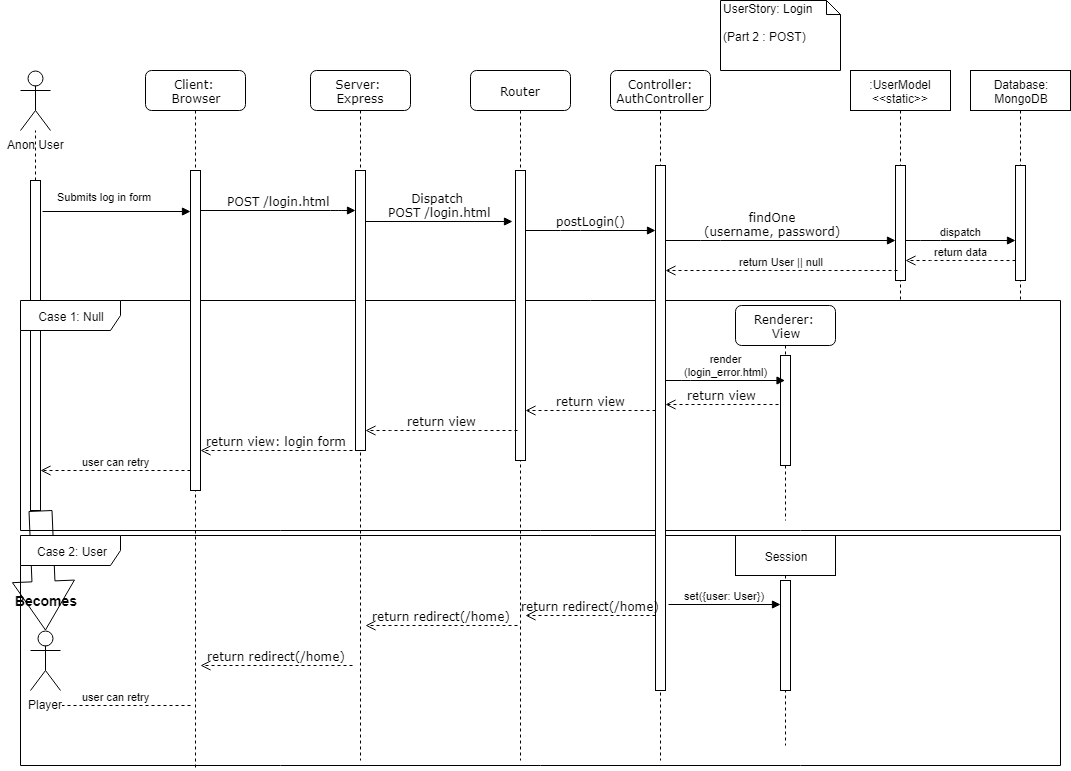
O-clock-Pulsar/Pictionary-TeamPyjamasque keeps this draw.io diagram as UML_Graphics/Sequence Diagram_ Login Part 2.png. Above is the earlier version. Source tidied: cells renumbered, new cells last; positions are measured from the earlier drawing's top-left corner, leaving out a move shared by most shapes.
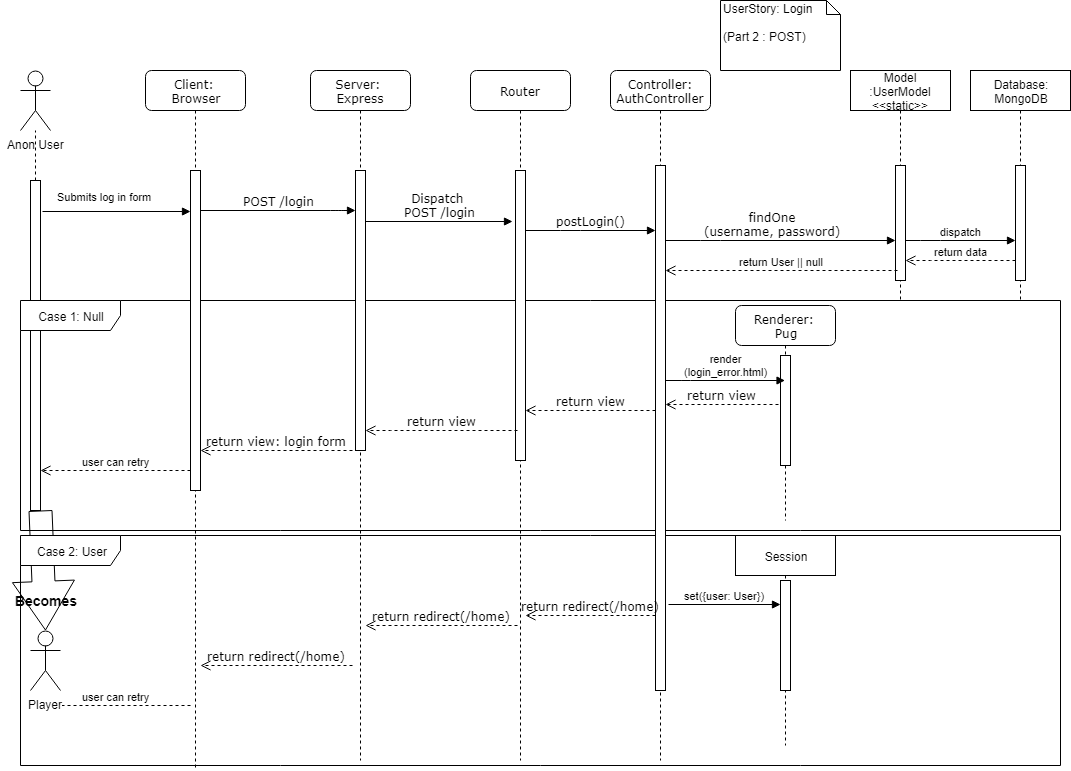
The same file after the commit.

Commit message:
Small changes to both Login UMLs and Create Game UML

What changed in the source:
```diff
@@ -59,14 +59,14 @@
         </Array>
       </mxGeometry>
     </mxCell>
-    <mxCell id="17" value="POST /login.html" style="html=1;verticalAlign=bottom;endArrow=block;labelBackgroundColor=none;fontFamily=Verdana;fontSize=12;edgeStyle=elbowEdgeStyle;elbow=vertical;" parent="1" edge="1" source="14" target="8">
+    <mxCell id="17" value="POST /login" style="html=1;verticalAlign=bottom;endArrow=block;labelBackgroundColor=none;fontFamily=Verdana;fontSize=12;edgeStyle=elbowEdgeStyle;elbow=vertical;" parent="1" edge="1" source="14" target="8">
       <mxGeometry relative="1" as="geometry">
         <Array as="points">
           <mxPoint x="340" y="210" />
         </Array>
       </mxGeometry>
     </mxCell>
-    <mxCell id="18" value="Dispatch &lt;br&gt;POST /login.html" style="html=1;verticalAlign=bottom;endArrow=block;labelBackgroundColor=none;fontFamily=Verdana;fontSize=12;edgeStyle=elbowEdgeStyle;elbow=vertical;entryX=-0.3;entryY=0.176;entryDx=0;entryDy=0;entryPerimeter=0;" parent="1" edge="1" source="8" target="10">
+    <mxCell id="18" value="Dispatch &lt;br&gt;POST /login" style="html=1;verticalAlign=bottom;endArrow=block;labelBackgroundColor=none;fontFamily=Verdana;fontSize=12;edgeStyle=elbowEdgeStyle;elbow=vertical;entryX=-0.3;entryY=0.176;entryDx=0;entryDy=0;entryPerimeter=0;" parent="1" edge="1" source="8" target="10">
       <mxGeometry relative="1" as="geometry" />
     </mxCell>
     <mxCell id="19" value="return view" style="html=1;verticalAlign=bottom;endArrow=open;dashed=1;endSize=8;labelBackgroundColor=none;fontFamily=Verdana;fontSize=12;edgeStyle=elbowEdgeStyle;elbow=vertical;" parent="1" edge="1" target="8">
@@ -106,7 +106,7 @@
         </Array>
       </mxGeometry>
     </mxCell>
-    <mxCell id="26" value=":UserModel&lt;br&gt;&amp;lt;&amp;lt;static&amp;gt;&amp;gt;" style="shape=umlLifeline;perimeter=lifelinePerimeter;whiteSpace=wrap;html=1;" parent="1" vertex="1">
+    <mxCell id="26" value="Model&lt;br&gt;:UserModel&lt;br&gt;&amp;lt;&amp;lt;static&amp;gt;&amp;gt;" style="shape=umlLifeline;perimeter=lifelinePerimeter;whiteSpace=wrap;html=1;" parent="1" vertex="1">
       <mxGeometry x="850" y="70" width="100" height="230" as="geometry" />
     </mxCell>
     <mxCell id="27" style="html=1;points=[];perimeter=orthogonalPerimeter;" parent="26" vertex="1">
@@ -137,7 +137,7 @@
         <mxPoint x="897" y="270" as="sourcePoint" />
       </mxGeometry>
     </mxCell>
-    <mxCell id="33" value="Renderer: &lt;br&gt;View" style="shape=umlLifeline;perimeter=lifelinePerimeter;whiteSpace=wrap;html=1;outlineConnect=0;rounded=1;shadow=0;comic=0;labelBackgroundColor=none;strokeColor=#000000;strokeWidth=1;fillColor=#FFFFFF;fontFamily=Verdana;fontSize=12;fontColor=#000000;align=center;" parent="1" vertex="1">
+    <mxCell id="33" value="Renderer: &lt;br&gt;Pug" style="shape=umlLifeline;perimeter=lifelinePerimeter;whiteSpace=wrap;html=1;outlineConnect=0;rounded=1;shadow=0;comic=0;labelBackgroundColor=none;strokeColor=#000000;strokeWidth=1;fillColor=#FFFFFF;fontFamily=Verdana;fontSize=12;fontColor=#000000;align=center;" parent="1" vertex="1">
       <mxGeometry x="735" y="305" width="100" height="215" as="geometry" />
     </mxCell>
     <mxCell id="34" style="html=1;points=[];perimeter=orthogonalPerimeter;rounded=0;shadow=0;comic=0;labelBackgroundColor=none;strokeColor=#000000;strokeWidth=1;fillColor=#FFFFFF;fontFamily=Verdana;fontSize=12;fontColor=#000000;align=center;" parent="33" vertex="1">
```
